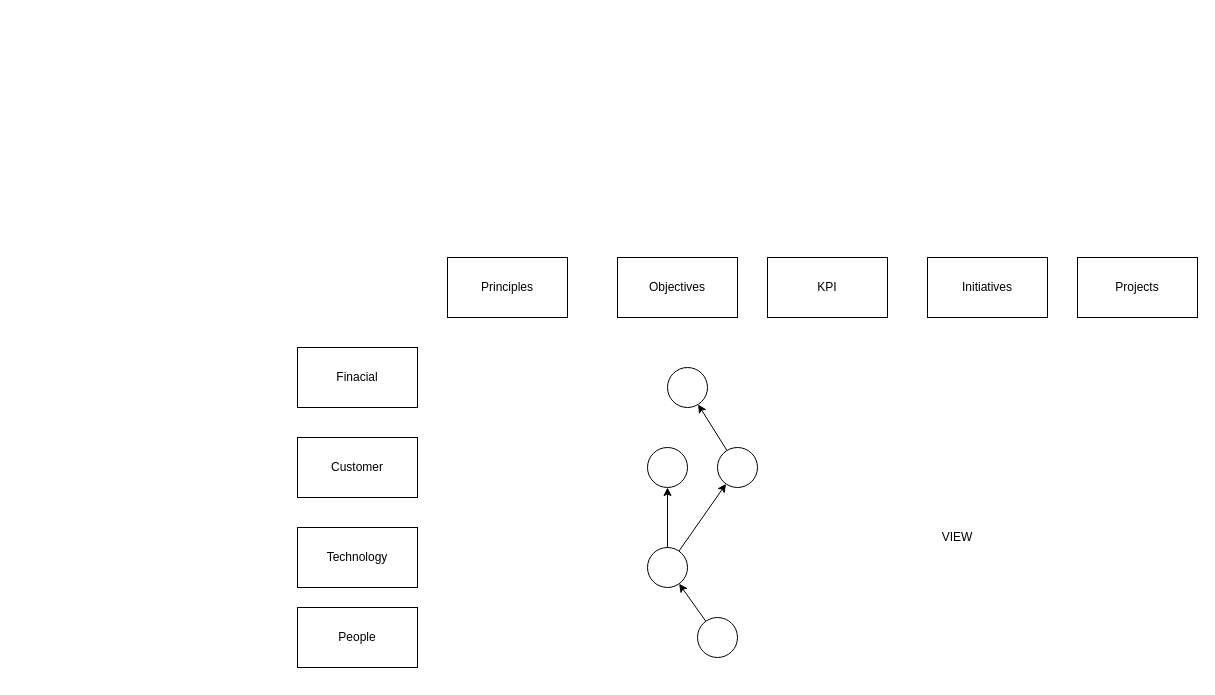
governance-foundation/governance.foundation keeps this draw.io diagram as page "Dashboard" (4 of 4) of _gxp/diagrams/GXP-Model-Data-Business.drawio. Above is the earlier version. Source tidied: cells renumbered, new cells numbered last; positions are measured from the earlier drawing's top-left corner, leaving out a move shared by most shapes. Both pictures are drawn from the tidied source at 100%, with x=0, y=0 at pixel (297, 257).
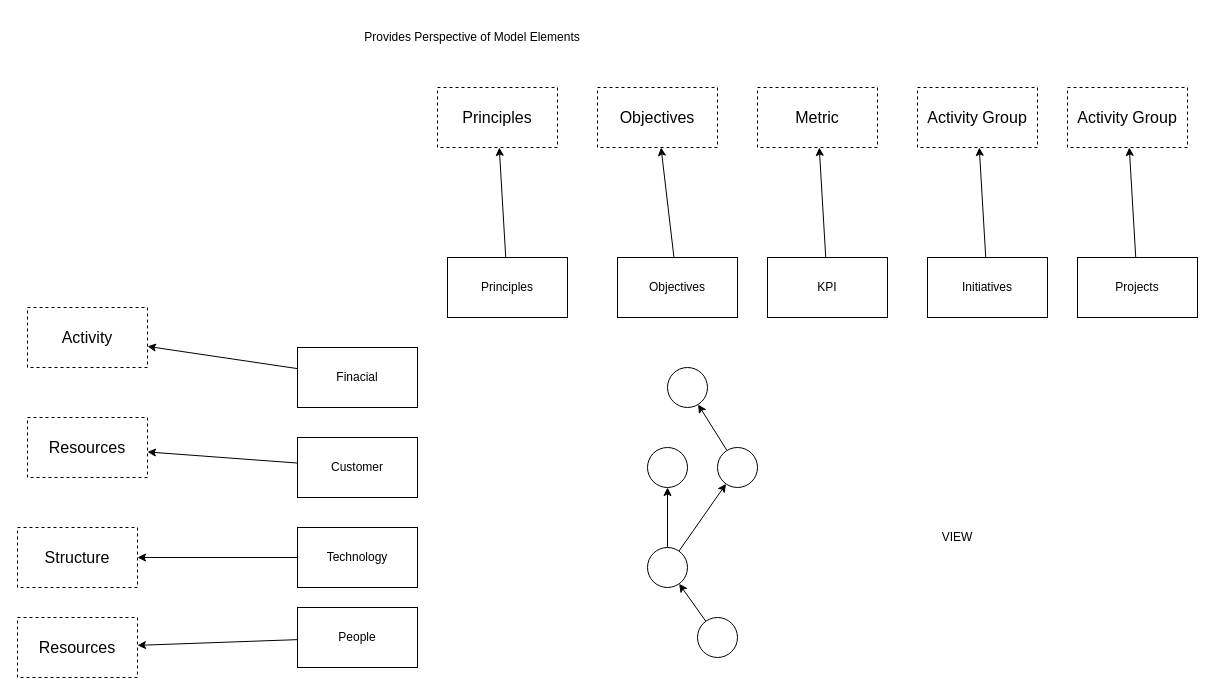
The same page after the edit.

Unchanged cells that the change refers to:
```xml
<mxCell id="2" value="Principles" style="rounded=0;whiteSpace=wrap;html=1;" parent="1" vertex="1">
  <mxGeometry x="150" width="120" height="60" as="geometry" />
</mxCell>
<mxCell id="3" value="Objectives" style="rounded=0;whiteSpace=wrap;html=1;" parent="1" vertex="1">
  <mxGeometry x="320" width="120" height="60" as="geometry" />
</mxCell>
<mxCell id="4" value="KPI" style="rounded=0;whiteSpace=wrap;html=1;" parent="1" vertex="1">
  <mxGeometry x="470" width="120" height="60" as="geometry" />
</mxCell>
<mxCell id="5" value="Initiatives" style="rounded=0;whiteSpace=wrap;html=1;" parent="1" vertex="1">
  <mxGeometry x="630" width="120" height="60" as="geometry" />
</mxCell>
<mxCell id="6" value="Projects" style="rounded=0;whiteSpace=wrap;html=1;" parent="1" vertex="1">
  <mxGeometry x="780" width="120" height="60" as="geometry" />
</mxCell>
<mxCell id="7" value="Finacial" style="rounded=0;whiteSpace=wrap;html=1;" parent="1" vertex="1">
  <mxGeometry y="90" width="120" height="60" as="geometry" />
</mxCell>
<mxCell id="8" value="Customer" style="rounded=0;whiteSpace=wrap;html=1;" parent="1" vertex="1">
  <mxGeometry y="180" width="120" height="60" as="geometry" />
</mxCell>
<mxCell id="9" value="Technology" style="rounded=0;whiteSpace=wrap;html=1;" parent="1" vertex="1">
  <mxGeometry y="270" width="120" height="60" as="geometry" />
</mxCell>
<mxCell id="10" value="People" style="rounded=0;whiteSpace=wrap;html=1;" parent="1" vertex="1">
  <mxGeometry y="350" width="120" height="60" as="geometry" />
</mxCell>
```

What changed in the source:
```diff
@@
+    <mxCell id="21" style="edgeStyle=none;rounded=0;jettySize=auto;html=1;" parent="1" edge="1" source="2" target="35">
+      <mxGeometry relative="1" as="geometry" />
+    </mxCell>
@@
+    <mxCell id="22" style="edgeStyle=none;rounded=0;jettySize=auto;html=1;" parent="1" edge="1" source="3" target="31">
+      <mxGeometry relative="1" as="geometry" />
+    </mxCell>
@@
+    <mxCell id="23" style="edgeStyle=none;rounded=0;jettySize=auto;html=1;" parent="1" edge="1" source="4" target="36">
+      <mxGeometry relative="1" as="geometry" />
+    </mxCell>
@@
+    <mxCell id="24" style="edgeStyle=none;rounded=0;jettySize=auto;html=1;" parent="1" edge="1" source="5" target="37">
+      <mxGeometry relative="1" as="geometry" />
+    </mxCell>
@@
+    <mxCell id="25" style="edgeStyle=none;rounded=0;jettySize=auto;html=1;" parent="1" edge="1" source="6" target="38">
+      <mxGeometry relative="1" as="geometry" />
+    </mxCell>
@@
+    <mxCell id="26" style="edgeStyle=none;rounded=0;jettySize=auto;html=1;" parent="1" edge="1" source="7" target="34">
+      <mxGeometry relative="1" as="geometry" />
+    </mxCell>
@@
+    <mxCell id="27" style="edgeStyle=none;rounded=0;jettySize=auto;html=1;" parent="1" edge="1" source="8" target="33">
+      <mxGeometry relative="1" as="geometry" />
+    </mxCell>
@@
+    <mxCell id="28" style="edgeStyle=none;rounded=0;jettySize=auto;html=1;" parent="1" edge="1" source="9" target="32">
+      <mxGeometry relative="1" as="geometry" />
+    </mxCell>
@@
+    <mxCell id="29" style="edgeStyle=none;rounded=0;jettySize=auto;html=1;" parent="1" edge="1" source="10" target="30">
+      <mxGeometry relative="1" as="geometry" />
+    </mxCell>
@@
+    <mxCell id="30" value="Resources" style="rounded=0;whiteSpace=wrap;html=1;fontSize=16;align=center;dashed=1;" parent="1" vertex="1">
+      <mxGeometry x="-280" y="360" width="120" height="60" as="geometry" />
+    </mxCell>
+    <mxCell id="31" value="Objectives" style="rounded=0;whiteSpace=wrap;html=1;fontSize=16;align=center;dashed=1;" parent="1" vertex="1">
+      <mxGeometry x="300" y="-170" width="120" height="60" as="geometry" />
+    </mxCell>
+    <mxCell id="32" value="Structure" style="rounded=0;whiteSpace=wrap;html=1;fontSize=16;align=center;dashed=1;" parent="1" vertex="1">
+      <mxGeometry x="-280" y="270" width="120" height="60" as="geometry" />
+    </mxCell>
+    <mxCell id="33" value="Resources" style="rounded=0;whiteSpace=wrap;html=1;fontSize=16;align=center;dashed=1;" parent="1" vertex="1">
+      <mxGeometry x="-270" y="160" width="120" height="60" as="geometry" />
+    </mxCell>
+    <mxCell id="34" value="Activity" style="rounded=0;whiteSpace=wrap;html=1;fontSize=16;align=center;dashed=1;" parent="1" vertex="1">
+      <mxGeometry x="-270" y="50" width="120" height="60" as="geometry" />
+    </mxCell>
+    <mxCell id="35" value="Principles" style="rounded=0;whiteSpace=wrap;html=1;fontSize=16;align=center;dashed=1;" parent="1" vertex="1">
+      <mxGeometry x="140" y="-170" width="120" height="60" as="geometry" />
+    </mxCell>
+    <mxCell id="36" value="Metric" style="rounded=0;whiteSpace=wrap;html=1;fontSize=16;align=center;dashed=1;" parent="1" vertex="1">
+      <mxGeometry x="460" y="-170" width="120" height="60" as="geometry" />
+    </mxCell>
+    <mxCell id="37" value="Activity Group" style="rounded=0;whiteSpace=wrap;html=1;fontSize=16;align=center;dashed=1;" parent="1" vertex="1">
+      <mxGeometry x="620" y="-170" width="120" height="60" as="geometry" />
+    </mxCell>
+    <mxCell id="38" value="Activity Group" style="rounded=0;whiteSpace=wrap;html=1;fontSize=16;align=center;dashed=1;" parent="1" vertex="1">
+      <mxGeometry x="770" y="-170" width="120" height="60" as="geometry" />
+    </mxCell>
+    <mxCell id="39" value="Provides Perspective of Model Elements" style="text;html=1;strokeColor=none;fillColor=none;align=center;verticalAlign=middle;whiteSpace=wrap;rounded=0;dashed=1;" parent="1" vertex="1">
+      <mxGeometry x="40" y="-240" width="270" height="40" as="geometry" />
+    </mxCell>
```
